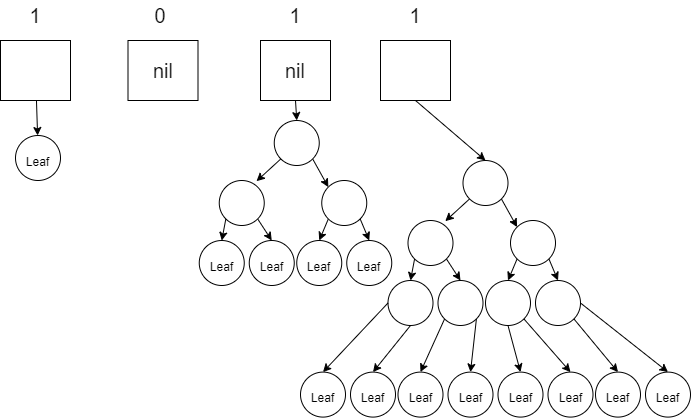
This is docs/images/ral13.drawio.png from macbeth-byui/cse382-course, a draw.io export, as it was before one commit. Source tidied: cells renumbered, new cells last; positions are measured from the earlier drawing's top-left corner, leaving out a move shared by most shapes. Source of this version:
```xml
<mxGraphModel>
  <root>
    <mxCell id="0" />
    <mxCell id="1" parent="0" />
    <mxCell id="2" style="edgeStyle=none;rounded=0;jettySize=auto;html=1;fontSize=12;" parent="1" edge="1" source="3" target="55">
      <mxGeometry relative="1" as="geometry" />
    </mxCell>
    <mxCell id="3" style="rounded=0;whiteSpace=wrap;html=1;fontSize=20;" parent="1" vertex="1">
      <mxGeometry y="40" width="70" height="60" as="geometry" />
    </mxCell>
    <mxCell id="4" value="nil" style="rounded=0;whiteSpace=wrap;html=1;fontSize=20;" parent="1" vertex="1">
      <mxGeometry x="127.5" y="40" width="70" height="60" as="geometry" />
    </mxCell>
    <mxCell id="5" style="edgeStyle=none;rounded=0;jettySize=auto;html=1;exitX=0.5;exitY=1;exitDx=0;exitDy=0;entryX=0.5;entryY=0;entryDx=0;entryDy=0;fontSize=12;" parent="1" edge="1" source="6" target="15">
      <mxGeometry relative="1" as="geometry" />
    </mxCell>
    <mxCell id="6" value="nil" style="rounded=0;whiteSpace=wrap;html=1;fontSize=20;" parent="1" vertex="1">
      <mxGeometry x="260" y="40" width="70" height="60" as="geometry" />
    </mxCell>
    <mxCell id="7" style="edgeStyle=none;rounded=0;jettySize=auto;html=1;exitX=0.5;exitY=1;exitDx=0;exitDy=0;entryX=0.5;entryY=0;entryDx=0;entryDy=0;fontSize=12;" parent="1" edge="1" source="8" target="28">
      <mxGeometry relative="1" as="geometry" />
    </mxCell>
    <mxCell id="8" style="rounded=0;whiteSpace=wrap;html=1;fontSize=20;" parent="1" vertex="1">
      <mxGeometry x="380" y="40" width="70" height="60" as="geometry" />
    </mxCell>
    <mxCell id="9" value="0" style="text;html=1;strokeColor=none;fillColor=none;align=center;verticalAlign=middle;whiteSpace=wrap;rounded=0;fontSize=20;" parent="1" vertex="1">
      <mxGeometry x="130" width="60" height="30" as="geometry" />
    </mxCell>
    <mxCell id="10" value="1" style="text;html=1;strokeColor=none;fillColor=none;align=center;verticalAlign=middle;whiteSpace=wrap;rounded=0;fontSize=20;" parent="1" vertex="1">
      <mxGeometry x="5" width="60" height="30" as="geometry" />
    </mxCell>
    <mxCell id="11" value="1" style="text;html=1;strokeColor=none;fillColor=none;align=center;verticalAlign=middle;whiteSpace=wrap;rounded=0;fontSize=20;" parent="1" vertex="1">
      <mxGeometry x="265" width="60" height="30" as="geometry" />
    </mxCell>
    <mxCell id="12" value="1" style="text;html=1;strokeColor=none;fillColor=none;align=center;verticalAlign=middle;whiteSpace=wrap;rounded=0;fontSize=20;" parent="1" vertex="1">
      <mxGeometry x="385" width="60" height="30" as="geometry" />
    </mxCell>
    <mxCell id="13" style="edgeStyle=none;rounded=0;jettySize=auto;html=1;exitX=0;exitY=1;exitDx=0;exitDy=0;entryX=0.828;entryY=0.015;entryDx=0;entryDy=0;entryPerimeter=0;fontSize=12;" parent="1" edge="1" source="15" target="18">
      <mxGeometry relative="1" as="geometry" />
    </mxCell>
    <mxCell id="14" style="edgeStyle=none;rounded=0;jettySize=auto;html=1;exitX=1;exitY=1;exitDx=0;exitDy=0;entryX=0;entryY=0;entryDx=0;entryDy=0;fontSize=12;" parent="1" edge="1" source="15" target="21">
      <mxGeometry relative="1" as="geometry" />
    </mxCell>
    <mxCell id="15" style="ellipse;whiteSpace=wrap;html=1;fontSize=20;" parent="1" vertex="1">
      <mxGeometry x="273.8" y="120" width="45" height="45" as="geometry" />
    </mxCell>
    <mxCell id="16" style="edgeStyle=none;rounded=0;jettySize=auto;html=1;exitX=0;exitY=1;exitDx=0;exitDy=0;entryX=0.5;entryY=0;entryDx=0;entryDy=0;fontSize=12;" parent="1" edge="1" source="18" target="22">
      <mxGeometry relative="1" as="geometry" />
    </mxCell>
    <mxCell id="17" style="edgeStyle=none;rounded=0;jettySize=auto;html=1;exitX=1;exitY=1;exitDx=0;exitDy=0;entryX=0.5;entryY=0;entryDx=0;entryDy=0;fontSize=12;" parent="1" edge="1" source="18" target="23">
      <mxGeometry relative="1" as="geometry" />
    </mxCell>
    <mxCell id="18" style="ellipse;whiteSpace=wrap;html=1;fontSize=20;" parent="1" vertex="1">
      <mxGeometry x="218.8" y="180" width="45" height="45" as="geometry" />
    </mxCell>
    <mxCell id="19" style="edgeStyle=none;rounded=0;jettySize=auto;html=1;exitX=0;exitY=1;exitDx=0;exitDy=0;entryX=0.5;entryY=0;entryDx=0;entryDy=0;fontSize=12;" parent="1" edge="1" source="21" target="24">
      <mxGeometry relative="1" as="geometry" />
    </mxCell>
    <mxCell id="20" style="edgeStyle=none;rounded=0;jettySize=auto;html=1;exitX=1;exitY=1;exitDx=0;exitDy=0;entryX=0.5;entryY=0;entryDx=0;entryDy=0;fontSize=12;" parent="1" edge="1" source="21" target="25">
      <mxGeometry relative="1" as="geometry" />
    </mxCell>
    <mxCell id="21" style="ellipse;whiteSpace=wrap;html=1;fontSize=20;" parent="1" vertex="1">
      <mxGeometry x="321.2" y="180" width="45" height="45" as="geometry" />
    </mxCell>
    <mxCell id="22" value="&lt;font style=&quot;font-size: 12px&quot;&gt;Leaf&lt;/font&gt;" style="ellipse;whiteSpace=wrap;html=1;fontSize=20;" parent="1" vertex="1">
      <mxGeometry x="198.8" y="240" width="45" height="45" as="geometry" />
    </mxCell>
    <mxCell id="23" value="&lt;font style=&quot;font-size: 12px&quot;&gt;Leaf&lt;/font&gt;" style="ellipse;whiteSpace=wrap;html=1;fontSize=20;" parent="1" vertex="1">
      <mxGeometry x="248.8" y="240" width="45" height="45" as="geometry" />
    </mxCell>
    <mxCell id="24" value="&lt;font style=&quot;font-size: 12px&quot;&gt;Leaf&lt;/font&gt;" style="ellipse;whiteSpace=wrap;html=1;fontSize=20;" parent="1" vertex="1">
      <mxGeometry x="296.2" y="240" width="45" height="45" as="geometry" />
    </mxCell>
    <mxCell id="25" value="&lt;font style=&quot;font-size: 12px&quot;&gt;Leaf&lt;/font&gt;" style="ellipse;whiteSpace=wrap;html=1;fontSize=20;" parent="1" vertex="1">
      <mxGeometry x="346.2" y="240" width="45" height="45" as="geometry" />
    </mxCell>
    <mxCell id="26" style="edgeStyle=none;rounded=0;jettySize=auto;html=1;exitX=0;exitY=1;exitDx=0;exitDy=0;entryX=0.828;entryY=0.015;entryDx=0;entryDy=0;entryPerimeter=0;fontSize=12;" parent="1" edge="1" source="28" target="31">
      <mxGeometry relative="1" as="geometry" />
    </mxCell>
    <mxCell id="27" style="edgeStyle=none;rounded=0;jettySize=auto;html=1;exitX=1;exitY=1;exitDx=0;exitDy=0;entryX=0;entryY=0;entryDx=0;entryDy=0;fontSize=12;" parent="1" edge="1" source="28" target="34">
      <mxGeometry relative="1" as="geometry" />
    </mxCell>
    <mxCell id="28" style="ellipse;whiteSpace=wrap;html=1;fontSize=20;" parent="1" vertex="1">
      <mxGeometry x="462.5" y="160" width="45" height="45" as="geometry" />
    </mxCell>
    <mxCell id="29" style="edgeStyle=none;rounded=0;jettySize=auto;html=1;exitX=0;exitY=1;exitDx=0;exitDy=0;entryX=0.5;entryY=0;entryDx=0;entryDy=0;fontSize=12;" parent="1" edge="1" source="31" target="35">
      <mxGeometry relative="1" as="geometry" />
    </mxCell>
    <mxCell id="30" style="edgeStyle=none;rounded=0;jettySize=auto;html=1;exitX=1;exitY=1;exitDx=0;exitDy=0;entryX=0.5;entryY=0;entryDx=0;entryDy=0;fontSize=12;" parent="1" edge="1" source="31" target="36">
      <mxGeometry relative="1" as="geometry" />
    </mxCell>
    <mxCell id="31" style="ellipse;whiteSpace=wrap;html=1;fontSize=20;" parent="1" vertex="1">
      <mxGeometry x="407.5" y="220" width="45" height="45" as="geometry" />
    </mxCell>
    <mxCell id="32" style="edgeStyle=none;rounded=0;jettySize=auto;html=1;exitX=0;exitY=1;exitDx=0;exitDy=0;entryX=0.5;entryY=0;entryDx=0;entryDy=0;fontSize=12;" parent="1" edge="1" source="34" target="37">
      <mxGeometry relative="1" as="geometry" />
    </mxCell>
    <mxCell id="33" style="edgeStyle=none;rounded=0;jettySize=auto;html=1;exitX=1;exitY=1;exitDx=0;exitDy=0;entryX=0.5;entryY=0;entryDx=0;entryDy=0;fontSize=12;" parent="1" edge="1" source="34" target="38">
      <mxGeometry relative="1" as="geometry" />
    </mxCell>
    <mxCell id="34" style="ellipse;whiteSpace=wrap;html=1;fontSize=20;" parent="1" vertex="1">
      <mxGeometry x="510" y="220" width="45" height="45" as="geometry" />
    </mxCell>
    <mxCell id="35" style="ellipse;whiteSpace=wrap;html=1;fontSize=20;" parent="1" vertex="1">
      <mxGeometry x="387.5" y="280" width="45" height="45" as="geometry" />
    </mxCell>
    <mxCell id="36" style="ellipse;whiteSpace=wrap;html=1;fontSize=20;" parent="1" vertex="1">
      <mxGeometry x="437.5" y="280" width="45" height="45" as="geometry" />
    </mxCell>
    <mxCell id="37" style="ellipse;whiteSpace=wrap;html=1;fontSize=20;" parent="1" vertex="1">
      <mxGeometry x="485" y="280" width="45" height="45" as="geometry" />
    </mxCell>
    <mxCell id="38" style="ellipse;whiteSpace=wrap;html=1;fontSize=20;" parent="1" vertex="1">
      <mxGeometry x="535" y="280" width="45" height="45" as="geometry" />
    </mxCell>
    <mxCell id="39" style="edgeStyle=none;rounded=0;jettySize=auto;html=1;exitX=0;exitY=0.5;exitDx=0;exitDy=0;entryX=0.5;entryY=0;entryDx=0;entryDy=0;fontSize=12;" parent="1" edge="1" source="35" target="43">
      <mxGeometry relative="1" as="geometry" />
    </mxCell>
    <mxCell id="40" style="edgeStyle=none;rounded=0;jettySize=auto;html=1;exitX=0.5;exitY=1;exitDx=0;exitDy=0;entryX=0.5;entryY=0;entryDx=0;entryDy=0;fontSize=12;" parent="1" edge="1" source="35" target="44">
      <mxGeometry relative="1" as="geometry" />
    </mxCell>
    <mxCell id="41" style="edgeStyle=none;rounded=0;jettySize=auto;html=1;exitX=0;exitY=1;exitDx=0;exitDy=0;entryX=0.5;entryY=0;entryDx=0;entryDy=0;fontSize=12;" parent="1" edge="1" source="36" target="45">
      <mxGeometry relative="1" as="geometry" />
    </mxCell>
    <mxCell id="42" style="edgeStyle=none;rounded=0;jettySize=auto;html=1;entryX=0.5;entryY=0;entryDx=0;entryDy=0;fontSize=12;exitX=1;exitY=1;exitDx=0;exitDy=0;" parent="1" edge="1" source="36" target="46">
      <mxGeometry relative="1" as="geometry" />
    </mxCell>
    <mxCell id="43" value="&lt;font style=&quot;font-size: 12px&quot;&gt;Leaf&lt;/font&gt;" style="ellipse;whiteSpace=wrap;html=1;fontSize=20;" parent="1" vertex="1">
      <mxGeometry x="300" y="371.6" width="45" height="45" as="geometry" />
    </mxCell>
    <mxCell id="44" value="&lt;font style=&quot;font-size: 12px&quot;&gt;Leaf&lt;/font&gt;" style="ellipse;whiteSpace=wrap;html=1;fontSize=20;" parent="1" vertex="1">
      <mxGeometry x="350" y="371.6" width="45" height="45" as="geometry" />
    </mxCell>
    <mxCell id="45" value="&lt;font style=&quot;font-size: 12px&quot;&gt;Leaf&lt;/font&gt;" style="ellipse;whiteSpace=wrap;html=1;fontSize=20;" parent="1" vertex="1">
      <mxGeometry x="397.5" y="371.6" width="45" height="45" as="geometry" />
    </mxCell>
    <mxCell id="46" value="&lt;font style=&quot;font-size: 12px&quot;&gt;Leaf&lt;/font&gt;" style="ellipse;whiteSpace=wrap;html=1;fontSize=20;" parent="1" vertex="1">
      <mxGeometry x="447.5" y="371.6" width="45" height="45" as="geometry" />
    </mxCell>
    <mxCell id="47" style="edgeStyle=none;rounded=0;jettySize=auto;html=1;exitX=0.5;exitY=1;exitDx=0;exitDy=0;entryX=0.5;entryY=0;entryDx=0;entryDy=0;fontSize=12;" parent="1" edge="1" source="37" target="51">
      <mxGeometry relative="1" as="geometry" />
    </mxCell>
    <mxCell id="48" style="edgeStyle=none;rounded=0;jettySize=auto;html=1;exitX=1;exitY=1;exitDx=0;exitDy=0;entryX=0.5;entryY=0;entryDx=0;entryDy=0;fontSize=12;" parent="1" edge="1" source="37" target="52">
      <mxGeometry relative="1" as="geometry" />
    </mxCell>
    <mxCell id="49" style="edgeStyle=none;rounded=0;jettySize=auto;html=1;exitX=1;exitY=1;exitDx=0;exitDy=0;entryX=0.5;entryY=0;entryDx=0;entryDy=0;fontSize=12;" parent="1" edge="1" source="38" target="53">
      <mxGeometry relative="1" as="geometry" />
    </mxCell>
    <mxCell id="50" style="edgeStyle=none;rounded=0;jettySize=auto;html=1;exitX=1;exitY=0.5;exitDx=0;exitDy=0;entryX=0.5;entryY=0;entryDx=0;entryDy=0;fontSize=12;" parent="1" edge="1" source="38" target="54">
      <mxGeometry relative="1" as="geometry" />
    </mxCell>
    <mxCell id="51" value="&lt;font style=&quot;font-size: 12px&quot;&gt;Leaf&lt;/font&gt;" style="ellipse;whiteSpace=wrap;html=1;fontSize=20;" parent="1" vertex="1">
      <mxGeometry x="497.5" y="371.6" width="45" height="45" as="geometry" />
    </mxCell>
    <mxCell id="52" value="&lt;font style=&quot;font-size: 12px&quot;&gt;Leaf&lt;/font&gt;" style="ellipse;whiteSpace=wrap;html=1;fontSize=20;" parent="1" vertex="1">
      <mxGeometry x="547.5" y="371.6" width="45" height="45" as="geometry" />
    </mxCell>
    <mxCell id="53" value="&lt;font style=&quot;font-size: 12px&quot;&gt;Leaf&lt;/font&gt;" style="ellipse;whiteSpace=wrap;html=1;fontSize=20;" parent="1" vertex="1">
      <mxGeometry x="595" y="371.6" width="45" height="45" as="geometry" />
    </mxCell>
    <mxCell id="54" value="&lt;font style=&quot;font-size: 12px&quot;&gt;Leaf&lt;/font&gt;" style="ellipse;whiteSpace=wrap;html=1;fontSize=20;" parent="1" vertex="1">
      <mxGeometry x="645" y="371.6" width="45" height="45" as="geometry" />
    </mxCell>
    <mxCell id="55" value="&lt;font style=&quot;font-size: 12px&quot;&gt;Leaf&lt;/font&gt;" style="ellipse;whiteSpace=wrap;html=1;fontSize=20;" parent="1" vertex="1">
      <mxGeometry x="15" y="135" width="45" height="45" as="geometry" />
    </mxCell>
  </root>
</mxGraphModel>
```
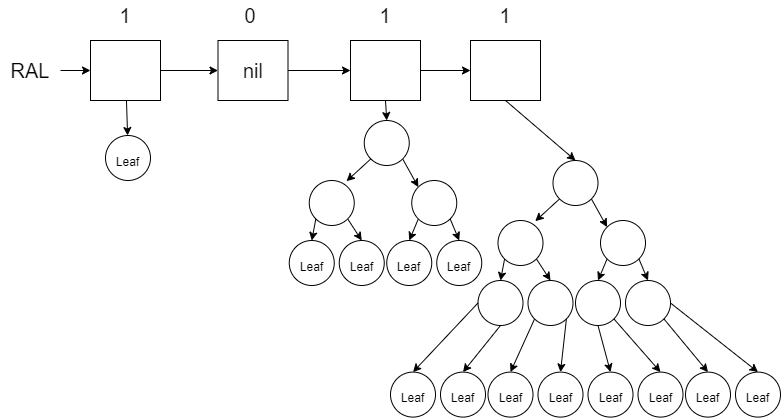
The same diagram one commit later.

Change to the diagram source:
```diff
@@ -5,16 +5,25 @@
     <mxCell id="2" style="edgeStyle=none;rounded=0;jettySize=auto;html=1;fontSize=12;" parent="1" edge="1" source="3" target="55">
       <mxGeometry relative="1" as="geometry" />
     </mxCell>
+    <mxCell id="56" style="edgeStyle=none;rounded=0;jettySize=auto;html=1;fontSize=12;" parent="1" edge="1" source="3" target="4">
+      <mxGeometry relative="1" as="geometry" />
+    </mxCell>
     <mxCell id="3" style="rounded=0;whiteSpace=wrap;html=1;fontSize=20;" parent="1" vertex="1">
       <mxGeometry y="40" width="70" height="60" as="geometry" />
     </mxCell>
+    <mxCell id="57" style="edgeStyle=none;rounded=0;jettySize=auto;html=1;fontSize=12;" parent="1" edge="1" source="4" target="6">
+      <mxGeometry relative="1" as="geometry" />
+    </mxCell>
     <mxCell id="4" value="nil" style="rounded=0;whiteSpace=wrap;html=1;fontSize=20;" parent="1" vertex="1">
       <mxGeometry x="127.5" y="40" width="70" height="60" as="geometry" />
     </mxCell>
     <mxCell id="5" style="edgeStyle=none;rounded=0;jettySize=auto;html=1;exitX=0.5;exitY=1;exitDx=0;exitDy=0;entryX=0.5;entryY=0;entryDx=0;entryDy=0;fontSize=12;" parent="1" edge="1" source="6" target="15">
       <mxGeometry relative="1" as="geometry" />
     </mxCell>
+    <mxCell id="58" style="edgeStyle=none;rounded=0;jettySize=auto;html=1;fontSize=12;" parent="1" edge="1" source="6" target="8">
+      <mxGeometry relative="1" as="geometry" />
+    </mxCell>
-    <mxCell id="6" value="nil" style="rounded=0;whiteSpace=wrap;html=1;fontSize=20;" parent="1" vertex="1">
+    <mxCell id="6" style="rounded=0;whiteSpace=wrap;html=1;fontSize=20;" parent="1" vertex="1">
       <mxGeometry x="260" y="40" width="70" height="60" as="geometry" />
     </mxCell>
     <mxCell id="7" style="edgeStyle=none;rounded=0;jettySize=auto;html=1;exitX=0.5;exitY=1;exitDx=0;exitDy=0;entryX=0.5;entryY=0;entryDx=0;entryDy=0;fontSize=12;" parent="1" edge="1" source="8" target="28">
@@ -164,5 +173,11 @@
     <mxCell id="55" value="&lt;font style=&quot;font-size: 12px&quot;&gt;Leaf&lt;/font&gt;" style="ellipse;whiteSpace=wrap;html=1;fontSize=20;" parent="1" vertex="1">
       <mxGeometry x="15" y="135" width="45" height="45" as="geometry" />
     </mxCell>
+    <mxCell id="59" style="edgeStyle=none;rounded=0;jettySize=auto;html=1;exitX=1;exitY=0.5;exitDx=0;exitDy=0;entryX=0;entryY=0.5;entryDx=0;entryDy=0;fontSize=12;" parent="1" edge="1" source="60" target="3">
+      <mxGeometry relative="1" as="geometry" />
+    </mxCell>
+    <mxCell id="60" value="RAL" style="text;html=1;strokeColor=none;fillColor=none;align=center;verticalAlign=middle;whiteSpace=wrap;rounded=0;fontSize=20;" parent="1" vertex="1">
+      <mxGeometry x="-90" y="55" width="60" height="30" as="geometry" />
+    </mxCell>
   </root>
 </mxGraphModel>
```
